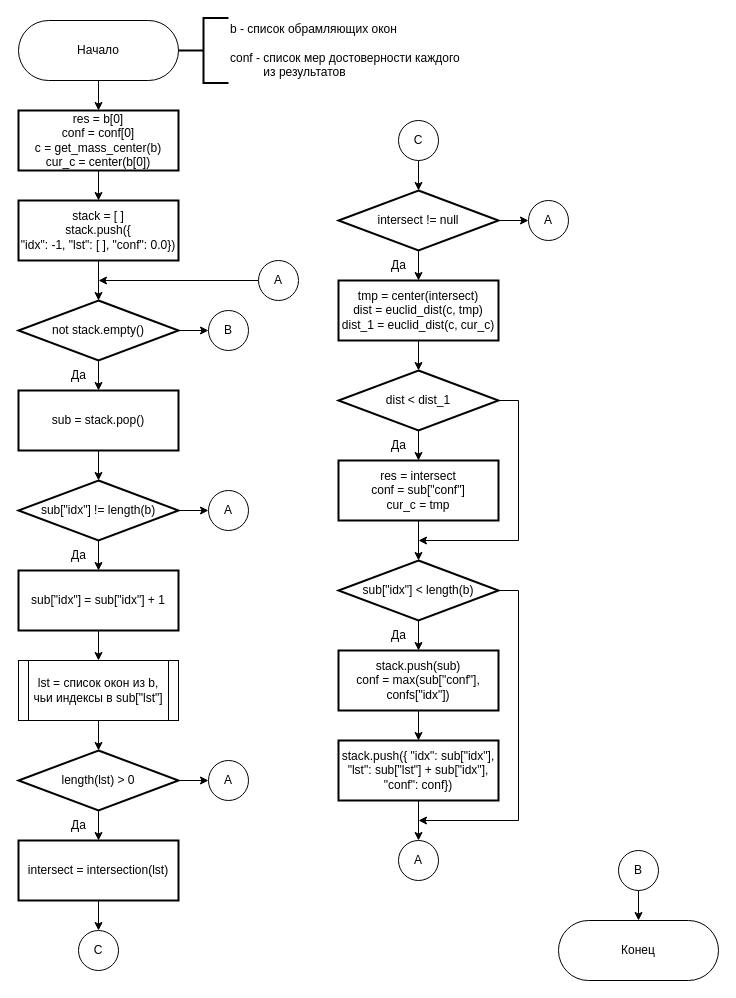
Earlier version of the draw.io diagram page "intersection" (19 of 19) of docs/drawio/research-schemas.drawio (migregal/bmstu-iu7-thesis). Source tidied: cells renumbered, new cells numbered last; positions are measured from the earlier drawing's top-left corner, leaving out a move shared by most shapes. Both pictures are drawn from the tidied source at 100%, with x=0, y=0 at pixel (18, 18).
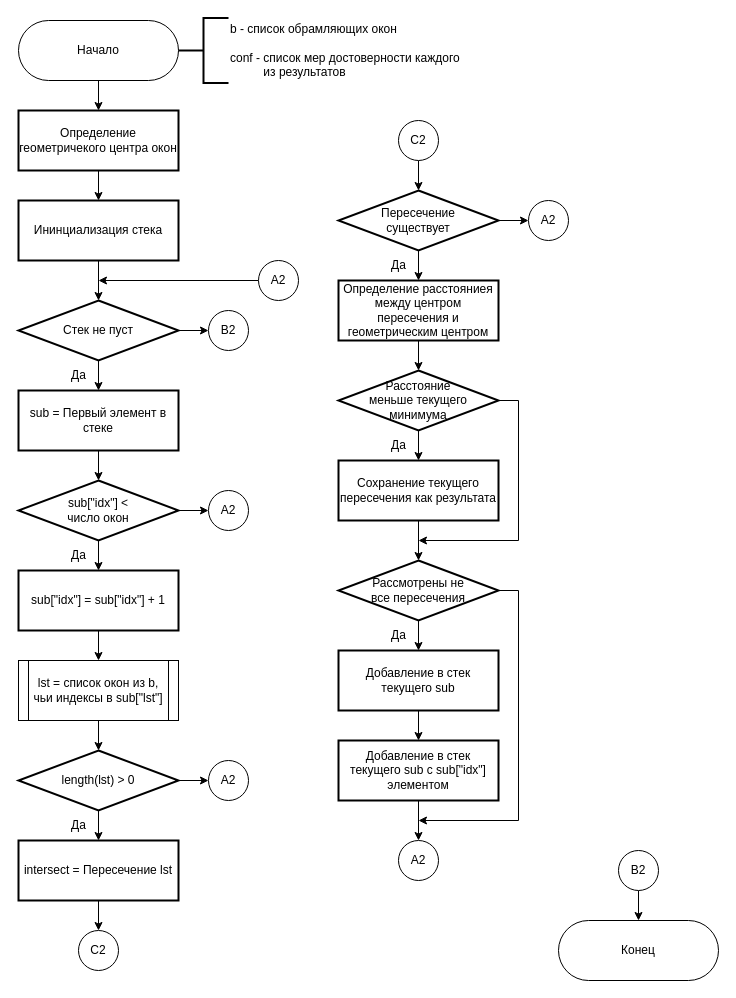
The same page after the edit.

Diff of the diagram source:
```diff
@@
-    <mxCell id="5" value="res = b[0]&lt;br&gt;conf = conf[0]&lt;br&gt;c = get_mass_center(b)&lt;br&gt;cur_c = center(b[0])" style="rounded=0;whiteSpace=wrap;html=1;strokeColor=default;strokeWidth=2;fontFamily=Helvetica;fontSize=12;fontColor=default;fillColor=default;" parent="1" vertex="1">
+    <mxCell id="5" value="Определение геометричекого центра окон" style="rounded=0;whiteSpace=wrap;html=1;strokeColor=default;strokeWidth=2;fontFamily=Helvetica;fontSize=12;fontColor=default;fillColor=default;" parent="1" vertex="1">
       <mxGeometry y="92" width="160" height="60" as="geometry" />
     </mxCell>
@@
-    <mxCell id="8" value="B" style="ellipse;whiteSpace=wrap;html=1;" parent="1" vertex="1">
+    <mxCell id="8" value="B2" style="ellipse;whiteSpace=wrap;html=1;" parent="1" vertex="1">
       <mxGeometry x="600" y="832" width="40" height="40" as="geometry" />
     </mxCell>
@@
-    <mxCell id="11" value="stack = [ ]&lt;br&gt;stack.push({&lt;br&gt;&quot;idx&quot;: -1, &quot;lst&quot;: [ ], &quot;conf&quot;: 0.0})" style="rounded=0;whiteSpace=wrap;html=1;strokeColor=default;strokeWidth=2;fontFamily=Helvetica;fontSize=12;fontColor=default;fillColor=default;" parent="1" vertex="1">
+    <mxCell id="11" value="Ининциализация стека" style="rounded=0;whiteSpace=wrap;html=1;strokeColor=default;strokeWidth=2;fontFamily=Helvetica;fontSize=12;fontColor=default;fillColor=default;" parent="1" vertex="1">
       <mxGeometry y="182" width="160" height="60" as="geometry" />
     </mxCell>
@@
-    <mxCell id="14" value="not stack.empty()" style="strokeWidth=2;html=1;shape=mxgraph.flowchart.decision;whiteSpace=wrap;strokeColor=default;fontFamily=Helvetica;fontSize=12;fontColor=default;fillColor=default;" parent="1" vertex="1">
+    <mxCell id="14" value="Стек не пуст" style="strokeWidth=2;html=1;shape=mxgraph.flowchart.decision;whiteSpace=wrap;strokeColor=default;fontFamily=Helvetica;fontSize=12;fontColor=default;fillColor=default;" parent="1" vertex="1">
       <mxGeometry y="282" width="160" height="60" as="geometry" />
     </mxCell>
@@
-    <mxCell id="16" value="sub = stack.pop()" style="rounded=0;whiteSpace=wrap;html=1;strokeColor=default;strokeWidth=2;fontFamily=Helvetica;fontSize=12;fontColor=default;fillColor=default;" parent="1" vertex="1">
+    <mxCell id="16" value="sub = Первый элемент в стеке" style="rounded=0;whiteSpace=wrap;html=1;strokeColor=default;strokeWidth=2;fontFamily=Helvetica;fontSize=12;fontColor=default;fillColor=default;" parent="1" vertex="1">
       <mxGeometry y="372" width="160" height="60" as="geometry" />
     </mxCell>
@@
-    <mxCell id="19" value="sub[&quot;idx&quot;] != length(b)" style="strokeWidth=2;html=1;shape=mxgraph.flowchart.decision;whiteSpace=wrap;strokeColor=default;fontFamily=Helvetica;fontSize=12;fontColor=default;fillColor=default;" parent="1" vertex="1">
+    <mxCell id="19" value="sub[&quot;idx&quot;] &amp;lt; &lt;br&gt;число окон" style="strokeWidth=2;html=1;shape=mxgraph.flowchart.decision;whiteSpace=wrap;strokeColor=default;fontFamily=Helvetica;fontSize=12;fontColor=default;fillColor=default;" parent="1" vertex="1">
       <mxGeometry y="462" width="160" height="60" as="geometry" />
     </mxCell>
@@
-    <mxCell id="23" value="A" style="ellipse;whiteSpace=wrap;html=1;" parent="1" vertex="1">
+    <mxCell id="23" value="A2" style="ellipse;whiteSpace=wrap;html=1;" parent="1" vertex="1">
       <mxGeometry x="240" y="242" width="40" height="40" as="geometry" />
     </mxCell>
@@
-    <mxCell id="30" value="intersect = intersection(lst)" style="rounded=0;whiteSpace=wrap;html=1;strokeColor=default;strokeWidth=2;fontFamily=Helvetica;fontSize=12;fontColor=default;fillColor=default;" parent="1" vertex="1">
+    <mxCell id="30" value="intersect = Пересечение lst" style="rounded=0;whiteSpace=wrap;html=1;strokeColor=default;strokeWidth=2;fontFamily=Helvetica;fontSize=12;fontColor=default;fillColor=default;" parent="1" vertex="1">
       <mxGeometry y="822" width="160" height="60" as="geometry" />
     </mxCell>
@@
-    <mxCell id="36" value="intersect != null" style="strokeWidth=2;html=1;shape=mxgraph.flowchart.decision;whiteSpace=wrap;strokeColor=default;fontFamily=Helvetica;fontSize=12;fontColor=default;fillColor=default;" parent="1" vertex="1">
+    <mxCell id="36" value="Пересечение &lt;br&gt;существует" style="strokeWidth=2;html=1;shape=mxgraph.flowchart.decision;whiteSpace=wrap;strokeColor=default;fontFamily=Helvetica;fontSize=12;fontColor=default;fillColor=default;" parent="1" vertex="1">
       <mxGeometry x="320" y="172" width="160" height="60" as="geometry" />
     </mxCell>
-    <mxCell id="37" value="C" style="ellipse;whiteSpace=wrap;html=1;" parent="1" vertex="1">
+    <mxCell id="37" value="C2" style="ellipse;whiteSpace=wrap;html=1;" parent="1" vertex="1">
       <mxGeometry x="60" y="912" width="40" height="40" as="geometry" />
     </mxCell>
@@
-    <mxCell id="39" value="C" style="ellipse;whiteSpace=wrap;html=1;" parent="1" vertex="1">
+    <mxCell id="39" value="C2" style="ellipse;whiteSpace=wrap;html=1;" parent="1" vertex="1">
       <mxGeometry x="380" y="102" width="40" height="40" as="geometry" />
     </mxCell>
@@
-    <mxCell id="41" value="tmp = center(intersect)&lt;br&gt;dist =&amp;nbsp;euclid_dist(c, tmp)&lt;br&gt;dist_1 =&amp;nbsp;euclid_dist(c, cur_c)" style="rounded=0;whiteSpace=wrap;html=1;strokeColor=default;strokeWidth=2;fontFamily=Helvetica;fontSize=12;fontColor=default;fillColor=default;" parent="1" vertex="1">
+    <mxCell id="41" value="Определение расстояниея между центром пересечения и геометрическим центром" style="rounded=0;whiteSpace=wrap;html=1;strokeColor=default;strokeWidth=2;fontFamily=Helvetica;fontSize=12;fontColor=default;fillColor=default;" parent="1" vertex="1">
       <mxGeometry x="320" y="262" width="160" height="60" as="geometry" />
     </mxCell>
@@
-    <mxCell id="44" value="dist &amp;lt; dist_1" style="strokeWidth=2;html=1;shape=mxgraph.flowchart.decision;whiteSpace=wrap;strokeColor=default;fontFamily=Helvetica;fontSize=12;fontColor=default;fillColor=default;" parent="1" vertex="1">
+    <mxCell id="44" value="Расстояние &lt;br&gt;меньше текущего минимума" style="strokeWidth=2;html=1;shape=mxgraph.flowchart.decision;whiteSpace=wrap;strokeColor=default;fontFamily=Helvetica;fontSize=12;fontColor=default;fillColor=default;" parent="1" vertex="1">
       <mxGeometry x="320" y="352" width="160" height="60" as="geometry" />
     </mxCell>
@@
-    <mxCell id="46" value="res = intersect&lt;br&gt;conf = sub[&quot;conf&quot;]&lt;br&gt;cur_c = tmp" style="rounded=0;whiteSpace=wrap;html=1;strokeColor=default;strokeWidth=2;fontFamily=Helvetica;fontSize=12;fontColor=default;fillColor=default;" parent="1" vertex="1">
+    <mxCell id="46" value="Сохранение текущего &lt;br&gt;пересечения как результата" style="rounded=0;whiteSpace=wrap;html=1;strokeColor=default;strokeWidth=2;fontFamily=Helvetica;fontSize=12;fontColor=default;fillColor=default;" parent="1" vertex="1">
       <mxGeometry x="320" y="442" width="160" height="60" as="geometry" />
     </mxCell>
@@
-    <mxCell id="51" value="sub[&quot;idx&quot;] &amp;lt; length(b)" style="strokeWidth=2;html=1;shape=mxgraph.flowchart.decision;whiteSpace=wrap;strokeColor=default;fontFamily=Helvetica;fontSize=12;fontColor=default;fillColor=default;" parent="1" vertex="1">
+    <mxCell id="51" value="Рассмотрены не &lt;br&gt;все пересечения" style="strokeWidth=2;html=1;shape=mxgraph.flowchart.decision;whiteSpace=wrap;strokeColor=default;fontFamily=Helvetica;fontSize=12;fontColor=default;fillColor=default;" parent="1" vertex="1">
       <mxGeometry x="320" y="542" width="160" height="60" as="geometry" />
     </mxCell>
@@
-    <mxCell id="53" value="stack.push(sub)&lt;br&gt;conf = max(sub[&quot;conf&quot;], confs[&quot;idx&quot;])" style="rounded=0;whiteSpace=wrap;html=1;strokeColor=default;strokeWidth=2;fontFamily=Helvetica;fontSize=12;fontColor=default;fillColor=default;" parent="1" vertex="1">
+    <mxCell id="53" value="Добавление в стек текущего sub" style="rounded=0;whiteSpace=wrap;html=1;strokeColor=default;strokeWidth=2;fontFamily=Helvetica;fontSize=12;fontColor=default;fillColor=default;" parent="1" vertex="1">
       <mxGeometry x="320" y="632" width="160" height="60" as="geometry" />
     </mxCell>
@@
-    <mxCell id="55" value="stack.push({ &quot;idx&quot;: sub[&quot;idx&quot;], &quot;lst&quot;: sub[&quot;lst&quot;] + sub[&quot;idx&quot;], &quot;conf&quot;: conf})" style="rounded=0;whiteSpace=wrap;html=1;strokeColor=default;strokeWidth=2;fontFamily=Helvetica;fontSize=12;fontColor=default;fillColor=default;" parent="1" vertex="1">
+    <mxCell id="55" value="Добавление в стек текущего sub с sub[&quot;idx&quot;] элементом" style="rounded=0;whiteSpace=wrap;html=1;strokeColor=default;strokeWidth=2;fontFamily=Helvetica;fontSize=12;fontColor=default;fillColor=default;" parent="1" vertex="1">
       <mxGeometry x="320" y="722" width="160" height="60" as="geometry" />
     </mxCell>
-    <mxCell id="56" value="A" style="ellipse;whiteSpace=wrap;html=1;" parent="1" vertex="1">
+    <mxCell id="56" value="A2" style="ellipse;whiteSpace=wrap;html=1;" parent="1" vertex="1">
       <mxGeometry x="380" y="822" width="40" height="40" as="geometry" />
     </mxCell>
-    <mxCell id="57" value="B" style="ellipse;whiteSpace=wrap;html=1;" parent="1" vertex="1">
+    <mxCell id="57" value="B2" style="ellipse;whiteSpace=wrap;html=1;" parent="1" vertex="1">
       <mxGeometry x="190" y="292" width="40" height="40" as="geometry" />
     </mxCell>
@@
-    <mxCell id="59" value="A" style="ellipse;whiteSpace=wrap;html=1;" parent="1" vertex="1">
+    <mxCell id="59" value="A2" style="ellipse;whiteSpace=wrap;html=1;" parent="1" vertex="1">
       <mxGeometry x="190" y="472" width="40" height="40" as="geometry" />
     </mxCell>
-    <mxCell id="60" value="A" style="ellipse;whiteSpace=wrap;html=1;" parent="1" vertex="1">
+    <mxCell id="60" value="A2" style="ellipse;whiteSpace=wrap;html=1;" parent="1" vertex="1">
       <mxGeometry x="190" y="742" width="40" height="40" as="geometry" />
     </mxCell>
-    <mxCell id="61" value="A" style="ellipse;whiteSpace=wrap;html=1;" parent="1" vertex="1">
+    <mxCell id="61" value="A2" style="ellipse;whiteSpace=wrap;html=1;" parent="1" vertex="1">
       <mxGeometry x="510" y="182" width="40" height="40" as="geometry" />
     </mxCell>
```
